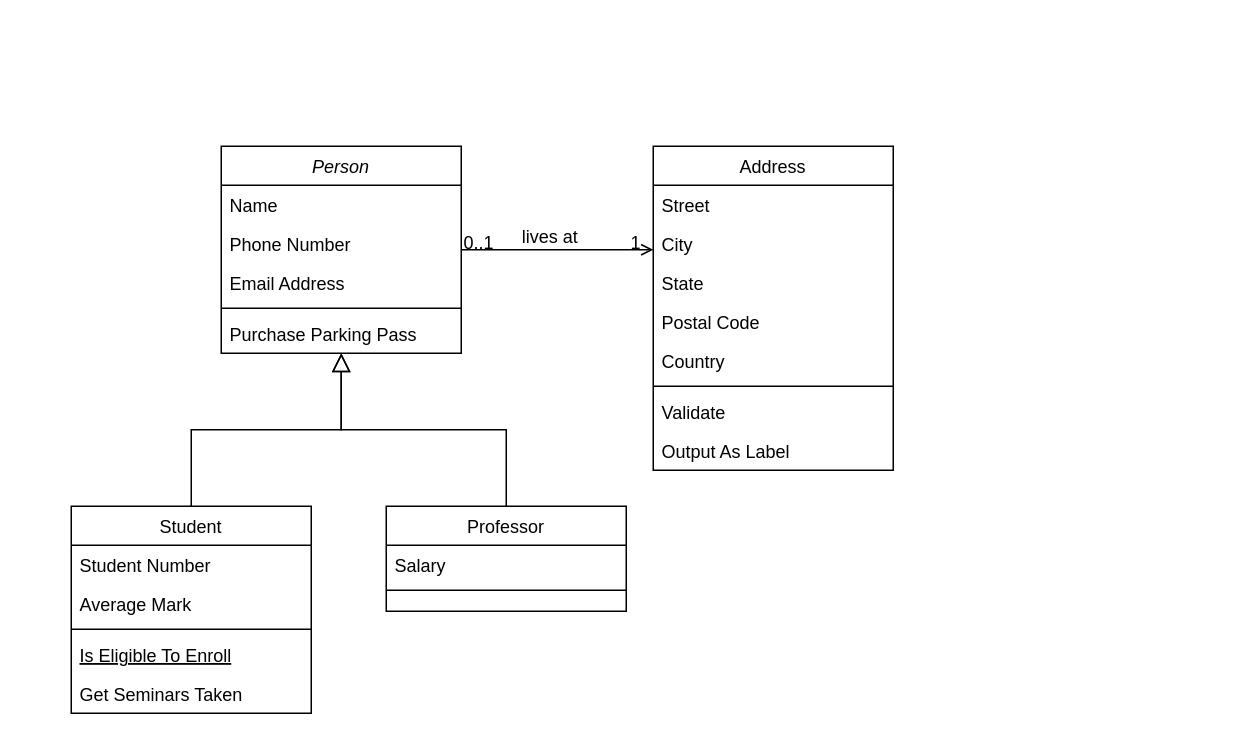
Before: Diagramme sans nom.drawio in lina48/project-poo, a draw.io diagram. Source tidied: cells renumbered, new cells numbered last; positions are measured from the earlier drawing's top-left corner, leaving out a move shared by most shapes. Both pictures are drawn from the tidied source at 150%, with x=0, y=0 at pixel (70, 146).
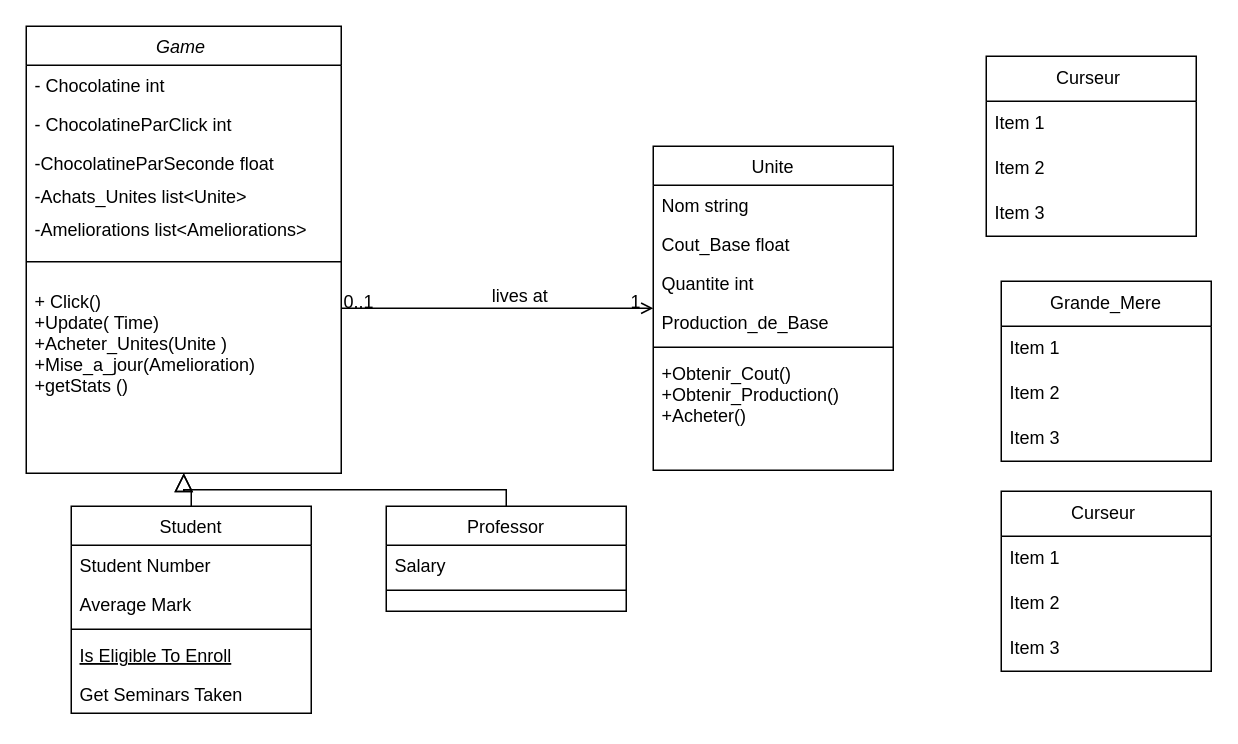
The same page after the edit.

Commit message:
Mettre à jour Diagramme sans nom.drawio

Change to the diagram source:
```diff
@@
-    <mxCell id="2" value="Person" style="swimlane;fontStyle=2;align=center;verticalAlign=top;horizontal=1;startSize=26;rounded=0;shadow=0;strokeWidth=1;" parent="1" vertex="1">
-      <mxGeometry x="100" width="160" height="138" as="geometry" />
+    <mxCell id="2" value="Game " style="swimlane;fontStyle=2;align=center;verticalAlign=top;horizontal=1;startSize=26;rounded=0;shadow=0;strokeWidth=1;" parent="1" vertex="1">
+      <mxGeometry x="-30" y="-80" width="210" height="298" as="geometry" />
     </mxCell>
-    <mxCell id="3" value="Name" style="text;align=left;verticalAlign=top;spacingLeft=4;spacingRight=4;overflow=hidden;" parent="2" vertex="1">
-      <mxGeometry y="26" width="160" height="26" as="geometry" />
+    <mxCell id="3" value="- Chocolatine int " style="text;align=left;verticalAlign=top;spacingLeft=4;spacingRight=4;overflow=hidden;" parent="2" vertex="1">
+      <mxGeometry y="26" width="210" height="26" as="geometry" />
     </mxCell>
-    <mxCell id="4" value="Phone Number" style="text;align=left;verticalAlign=top;spacingLeft=4;spacingRight=4;overflow=hidden;rounded=0;shadow=0;html=0;" parent="2" vertex="1">
-      <mxGeometry y="52" width="160" height="26" as="geometry" />
+    <mxCell id="4" value="- ChocolatineParClick int " style="text;align=left;verticalAlign=top;spacingLeft=4;spacingRight=4;overflow=hidden;rounded=0;shadow=0;html=0;" parent="2" vertex="1">
+      <mxGeometry y="52" width="210" height="26" as="geometry" />
     </mxCell>
-    <mxCell id="5" value="Email Address" style="text;align=left;verticalAlign=top;spacingLeft=4;spacingRight=4;overflow=hidden;rounded=0;shadow=0;html=0;" parent="2" vertex="1">
-      <mxGeometry y="78" width="160" height="26" as="geometry" />
+    <mxCell id="5" value="-ChocolatineParSeconde float   &#10; " style="text;align=left;verticalAlign=top;spacingLeft=4;spacingRight=4;overflow=hidden;rounded=0;shadow=0;html=0;" parent="2" vertex="1">
+      <mxGeometry y="78" width="210" height="22" as="geometry" />
     </mxCell>
+    <mxCell id="32" value="-Achats_Unites list&lt;Unite&gt; &#10; " style="text;align=left;verticalAlign=top;spacingLeft=4;spacingRight=4;overflow=hidden;rounded=0;shadow=0;html=0;" parent="2" vertex="1">
+      <mxGeometry y="100" width="210" height="22" as="geometry" />
+    </mxCell>
+    <mxCell id="33" value="-Ameliorations list&lt;Ameliorations&gt;" style="text;align=left;verticalAlign=top;spacingLeft=4;spacingRight=4;overflow=hidden;rounded=0;shadow=0;html=0;" parent="2" vertex="1">
+      <mxGeometry y="122" width="210" height="22" as="geometry" />
+    </mxCell>
     <mxCell id="6" style="line;html=1;strokeWidth=1;align=left;verticalAlign=middle;spacingTop=-1;spacingLeft=3;spacingRight=3;labelPosition=right;" parent="2" vertex="1">
-      <mxGeometry y="104" width="160" height="8" as="geometry" />
+      <mxGeometry y="144" width="210" height="26" as="geometry" />
     </mxCell>
-    <mxCell id="7" value="Purchase Parking Pass" style="text;align=left;verticalAlign=top;spacingLeft=4;spacingRight=4;overflow=hidden;" parent="2" vertex="1">
-      <mxGeometry y="112" width="160" height="26" as="geometry" />
+    <mxCell id="7" value="+ Click()  &#10;+Update( Time) &#10;+Acheter_Unites(Unite )  &#10;+Mise_a_jour(Amelioration)   &#10;+getStats ()" style="text;align=left;verticalAlign=top;spacingLeft=4;spacingRight=4;overflow=hidden;" parent="2" vertex="1">
+      <mxGeometry y="170" width="210" height="90" as="geometry" />
     </mxCell>
@@
-    <mxCell id="19" value="Address" style="swimlane;fontStyle=0;align=center;verticalAlign=top;horizontal=1;startSize=26;rounded=0;shadow=0;strokeWidth=1;" parent="1" vertex="1">
+    <mxCell id="19" value="Unite" style="swimlane;fontStyle=0;align=center;verticalAlign=top;horizontal=1;startSize=26;rounded=0;shadow=0;strokeWidth=1;" parent="1" vertex="1">
       <mxGeometry x="388" width="160" height="216" as="geometry" />
     </mxCell>
-    <mxCell id="20" value="Street" style="text;align=left;verticalAlign=top;spacingLeft=4;spacingRight=4;overflow=hidden;" parent="19" vertex="1">
+    <mxCell id="20" value="Nom string " style="text;align=left;verticalAlign=top;spacingLeft=4;spacingRight=4;overflow=hidden;" parent="19" vertex="1">
       <mxGeometry y="26" width="160" height="26" as="geometry" />
     </mxCell>
-    <mxCell id="21" value="City" style="text;align=left;verticalAlign=top;spacingLeft=4;spacingRight=4;overflow=hidden;rounded=0;shadow=0;html=0;" parent="19" vertex="1">
+    <mxCell id="21" value="Cout_Base float " style="text;align=left;verticalAlign=top;spacingLeft=4;spacingRight=4;overflow=hidden;rounded=0;shadow=0;html=0;" parent="19" vertex="1">
       <mxGeometry y="52" width="160" height="26" as="geometry" />
     </mxCell>
-    <mxCell id="22" value="State" style="text;align=left;verticalAlign=top;spacingLeft=4;spacingRight=4;overflow=hidden;rounded=0;shadow=0;html=0;" parent="19" vertex="1">
+    <mxCell id="22" value="Quantite int " style="text;align=left;verticalAlign=top;spacingLeft=4;spacingRight=4;overflow=hidden;rounded=0;shadow=0;html=0;" parent="19" vertex="1">
       <mxGeometry y="78" width="160" height="26" as="geometry" />
     </mxCell>
-    <mxCell id="23" value="Postal Code" style="text;align=left;verticalAlign=top;spacingLeft=4;spacingRight=4;overflow=hidden;rounded=0;shadow=0;html=0;" parent="19" vertex="1">
+    <mxCell id="23" value="Production_de_Base" style="text;align=left;verticalAlign=top;spacingLeft=4;spacingRight=4;overflow=hidden;rounded=0;shadow=0;html=0;" parent="19" vertex="1">
       <mxGeometry y="104" width="160" height="26" as="geometry" />
     </mxCell>
-    <mxCell id="24" value="Country" style="text;align=left;verticalAlign=top;spacingLeft=4;spacingRight=4;overflow=hidden;rounded=0;shadow=0;html=0;" parent="19" vertex="1">
-      <mxGeometry y="130" width="160" height="26" as="geometry" />
-    </mxCell>
     <mxCell id="25" style="line;html=1;strokeWidth=1;align=left;verticalAlign=middle;spacingTop=-1;spacingLeft=3;spacingRight=3;labelPosition=right;" parent="19" vertex="1">
-      <mxGeometry y="156" width="160" height="8" as="geometry" />
+      <mxGeometry y="130" width="160" height="8" as="geometry" />
     </mxCell>
-    <mxCell id="26" value="Validate" style="text;align=left;verticalAlign=top;spacingLeft=4;spacingRight=4;overflow=hidden;" parent="19" vertex="1">
-      <mxGeometry y="164" width="160" height="26" as="geometry" />
-    </mxCell>
-    <mxCell id="27" value="Output As Label" style="text;align=left;verticalAlign=top;spacingLeft=4;spacingRight=4;overflow=hidden;" parent="19" vertex="1">
-      <mxGeometry y="190" width="160" height="26" as="geometry" />
+    <mxCell id="27" value="+Obtenir_Cout() &#10;+Obtenir_Production() &#10;+Acheter()" style="text;align=left;verticalAlign=top;spacingLeft=4;spacingRight=4;overflow=hidden;" parent="19" vertex="1">
+      <mxGeometry y="138" width="160" height="52" as="geometry" />
     </mxCell>
@@
+    <mxCell id="34" value="Curseur&amp;nbsp;" style="swimlane;fontStyle=0;horizontal=1;startSize=30;whiteSpace=wrap;html=1;" parent="1" vertex="1">
+      <mxGeometry x="610" y="-60" width="140" height="120" as="geometry" />
+    </mxCell>
+    <mxCell id="35" value="Item 1" style="text;strokeColor=none;fillColor=none;align=left;verticalAlign=middle;spacingLeft=4;spacingRight=4;overflow=hidden;whiteSpace=wrap;html=1;" parent="34" vertex="1">
+      <mxGeometry y="30" width="140" height="30" as="geometry" />
+    </mxCell>
+    <mxCell id="36" value="Item 2" style="text;strokeColor=none;fillColor=none;align=left;verticalAlign=middle;spacingLeft=4;spacingRight=4;overflow=hidden;whiteSpace=wrap;html=1;" parent="34" vertex="1">
+      <mxGeometry y="60" width="140" height="30" as="geometry" />
+    </mxCell>
+    <mxCell id="37" value="Item 3" style="text;strokeColor=none;fillColor=none;align=left;verticalAlign=middle;spacingLeft=4;spacingRight=4;overflow=hidden;whiteSpace=wrap;html=1;" parent="34" vertex="1">
+      <mxGeometry y="90" width="140" height="30" as="geometry" />
+    </mxCell>
+    <mxCell id="38" value="Grande_Mere" style="swimlane;fontStyle=0;horizontal=1;startSize=30;whiteSpace=wrap;html=1;" parent="1" vertex="1">
+      <mxGeometry x="620" y="90" width="140" height="120" as="geometry" />
+    </mxCell>
+    <mxCell id="39" value="Item 1" style="text;strokeColor=none;fillColor=none;align=left;verticalAlign=middle;spacingLeft=4;spacingRight=4;overflow=hidden;whiteSpace=wrap;html=1;" parent="38" vertex="1">
+      <mxGeometry y="30" width="140" height="30" as="geometry" />
+    </mxCell>
+    <mxCell id="40" value="Item 2" style="text;strokeColor=none;fillColor=none;align=left;verticalAlign=middle;spacingLeft=4;spacingRight=4;overflow=hidden;whiteSpace=wrap;html=1;" parent="38" vertex="1">
+      <mxGeometry y="60" width="140" height="30" as="geometry" />
+    </mxCell>
+    <mxCell id="41" value="Item 3" style="text;strokeColor=none;fillColor=none;align=left;verticalAlign=middle;spacingLeft=4;spacingRight=4;overflow=hidden;whiteSpace=wrap;html=1;" parent="38" vertex="1">
+      <mxGeometry y="90" width="140" height="30" as="geometry" />
+    </mxCell>
+    <mxCell id="42" value="Curseur&amp;nbsp;" style="swimlane;fontStyle=0;horizontal=1;startSize=30;whiteSpace=wrap;html=1;" parent="1" vertex="1">
+      <mxGeometry x="620" y="230" width="140" height="120" as="geometry" />
+    </mxCell>
+    <mxCell id="43" value="Item 1" style="text;strokeColor=none;fillColor=none;align=left;verticalAlign=middle;spacingLeft=4;spacingRight=4;overflow=hidden;whiteSpace=wrap;html=1;" parent="42" vertex="1">
+      <mxGeometry y="30" width="140" height="30" as="geometry" />
+    </mxCell>
+    <mxCell id="44" value="Item 2" style="text;strokeColor=none;fillColor=none;align=left;verticalAlign=middle;spacingLeft=4;spacingRight=4;overflow=hidden;whiteSpace=wrap;html=1;" parent="42" vertex="1">
+      <mxGeometry y="60" width="140" height="30" as="geometry" />
+    </mxCell>
+    <mxCell id="45" value="Item 3" style="text;strokeColor=none;fillColor=none;align=left;verticalAlign=middle;spacingLeft=4;spacingRight=4;overflow=hidden;whiteSpace=wrap;html=1;" parent="42" vertex="1">
+      <mxGeometry y="90" width="140" height="30" as="geometry" />
+    </mxCell>
```
